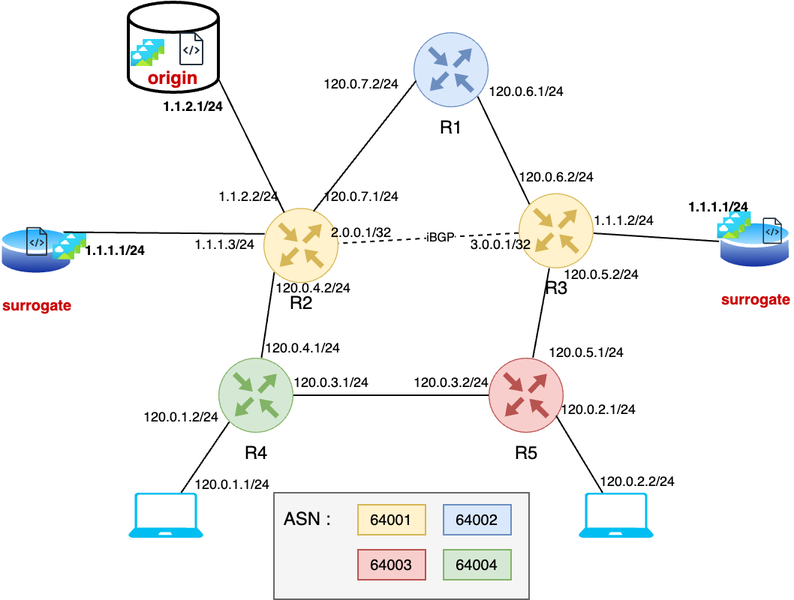
The draw.io diagram diagram.png in Kitio-Tek/CDN-Project, before a commit. Source tidied: cells renumbered, new cells last; positions are measured from the earlier drawing's top-left corner, leaving out a move shared by most shapes.
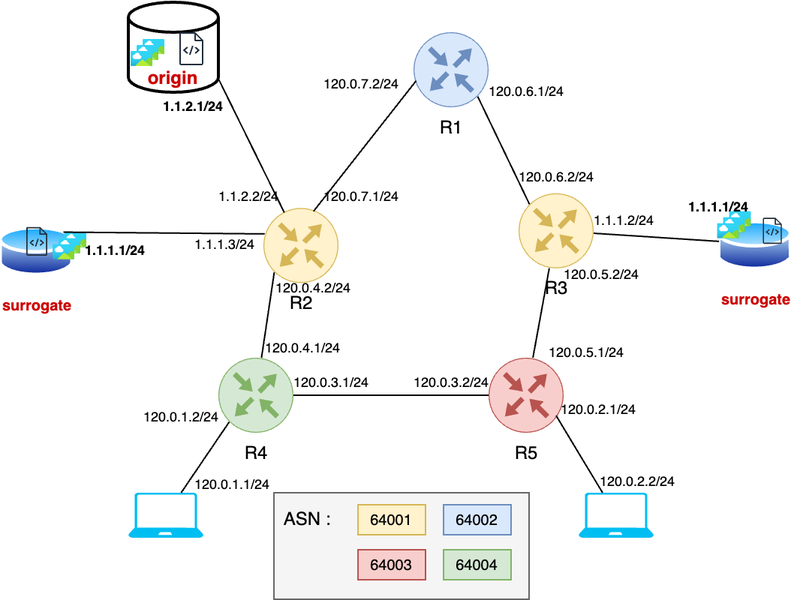
Above is the later version.

The edit, as a diff of the source:
```diff
@@ -95,12 +95,6 @@
     <mxCell id="32" style="rounded=0;jettySize=auto;html=1;endArrow=none;endFill=0;" parent="1" edge="1" source="35" target="4">
       <mxGeometry relative="1" as="geometry" />
     </mxCell>
-    <mxCell id="33" style="rounded=0;jettySize=auto;html=1;endArrow=none;endFill=0;dashed=1;" parent="1" edge="1" source="35" target="39">
-      <mxGeometry relative="1" as="geometry" />
-    </mxCell>
-    <mxCell id="34" value="&lt;font style=&quot;font-size: 8px;&quot;&gt;iBGP&lt;/font&gt;" style="edgeLabel;html=1;align=center;verticalAlign=middle;" parent="33" vertex="1">
-      <mxGeometry x="-0.13" y="-1" relative="1" as="geometry" />
-    </mxCell>
     <mxCell id="35" value="R3" style="sketch=0;points=[[0.5,0,0],[1,0.5,0],[0.5,1,0],[0,0.5,0],[0.145,0.145,0],[0.8555,0.145,0],[0.855,0.8555,0],[0.145,0.855,0]];verticalLabelPosition=bottom;html=1;verticalAlign=top;align=center;shape=mxgraph.cisco19.rect;prIcon=router;fillColor=#fff2cc;strokeColor=#d6b656;horizontal=1;" parent="1" vertex="1">
       <mxGeometry x="346" y="127.4" width="50" height="50" as="geometry" />
     </mxCell>
@@ -182,11 +176,5 @@
     <mxCell id="61" value="ASN :" style="text;html=1;align=center;verticalAlign=middle;strokeColor=none;fillColor=none;" parent="1" vertex="1">
       <mxGeometry x="180" y="330" width="50" height="30" as="geometry" />
     </mxCell>
-    <mxCell id="62" value="&lt;font style=&quot;font-size: 9px;&quot;&gt;2.0.0.1/32&lt;/font&gt;" style="text;html=1;align=center;verticalAlign=middle;strokeColor=none;fillColor=none;fontSize=9;" parent="1" vertex="1">
-      <mxGeometry x="211" y="143.8" width="60" height="20" as="geometry" />
-    </mxCell>
-    <mxCell id="63" value="&lt;font style=&quot;font-size: 9px;&quot;&gt;3.0.0.1/32&lt;/font&gt;" style="text;html=1;align=center;verticalAlign=middle;strokeColor=none;fillColor=none;fontSize=9;" parent="1" vertex="1">
-      <mxGeometry x="304.1" y="152.3" width="60" height="20" as="geometry" />
-    </mxCell>
   </root>
 </mxGraphModel>
```
